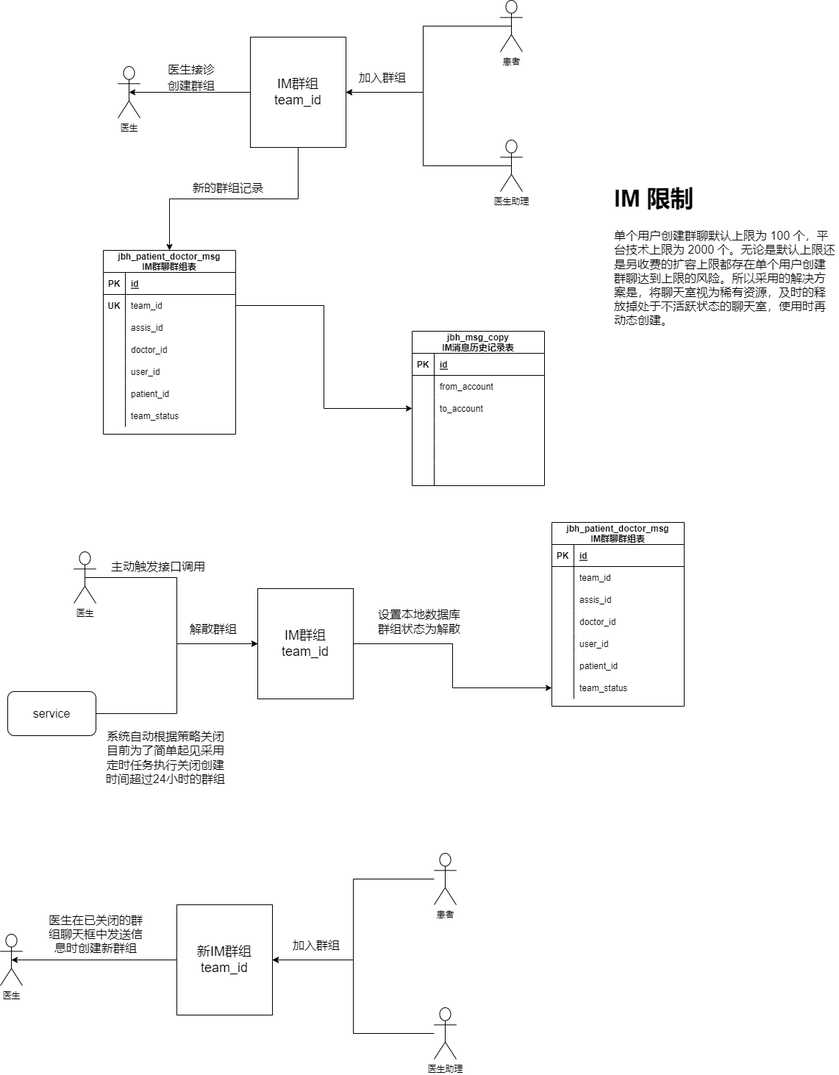
GitHeP/diagrams keeps this draw.io diagram as jbh/群组解散.png. Above is the earlier version. Source tidied: cells renumbered, new cells last; positions are measured from the earlier drawing's top-left corner, leaving out a move shared by most shapes.
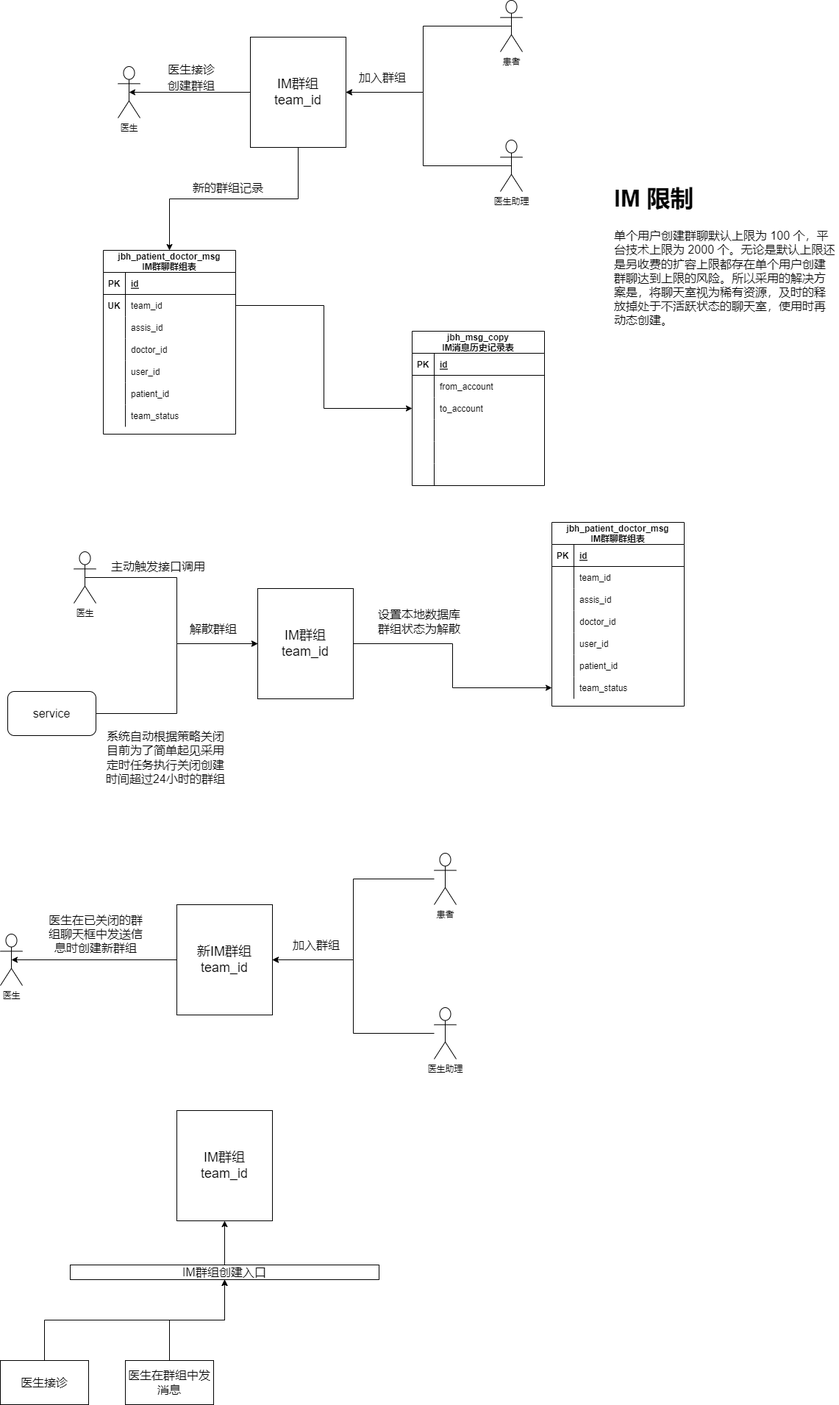
Later version of the same file.

What changed in the source:
```diff
@@ -290,5 +290,29 @@
     <mxCell id="97" value="&lt;font style=&quot;font-size: 16px;&quot;&gt;加入群组&lt;/font&gt;" style="text;html=1;strokeColor=none;fillColor=none;align=center;verticalAlign=middle;whiteSpace=wrap;rounded=0;fontSize=18;" parent="1" vertex="1">
       <mxGeometry x="390" y="1270" width="80" height="30" as="geometry" />
     </mxCell>
+    <mxCell id="98" style="edgeStyle=orthogonalEdgeStyle;rounded=0;jettySize=auto;html=1;fontSize=16;" parent="1" edge="1" source="99" target="101">
+      <mxGeometry relative="1" as="geometry" />
+    </mxCell>
+    <mxCell id="99" value="IM群组创建入口" style="rounded=0;whiteSpace=wrap;html=1;fontSize=16;strokeWidth=1;fillColor=none;" parent="1" vertex="1">
+      <mxGeometry x="95" y="1720" width="420" height="20" as="geometry" />
+    </mxCell>
+    <mxCell id="100" style="edgeStyle=orthogonalEdgeStyle;rounded=0;orthogonalLoop=1;jettySize=auto;html=1;exitX=0.5;exitY=1;exitDx=0;exitDy=0;fontSize=16;" parent="1" edge="1" source="99" target="99">
+      <mxGeometry relative="1" as="geometry" />
+    </mxCell>
+    <mxCell id="101" value="&lt;font style=&quot;font-size: 18px;&quot;&gt;IM群组&lt;br&gt;team_id&lt;br&gt;&lt;/font&gt;" style="rounded=0;whiteSpace=wrap;html=1;strokeWidth=1;fillColor=none;" parent="1" vertex="1">
+      <mxGeometry x="240" y="1510" width="130" height="150" as="geometry" />
+    </mxCell>
+    <mxCell id="102" style="edgeStyle=orthogonalEdgeStyle;rounded=0;jettySize=auto;html=1;entryX=0.5;entryY=1;entryDx=0;entryDy=0;fontSize=16;" parent="1" edge="1" source="103" target="99">
+      <mxGeometry relative="1" as="geometry" />
+    </mxCell>
+    <mxCell id="103" value="医生接诊" style="rounded=0;whiteSpace=wrap;html=1;fontSize=16;strokeWidth=1;fillColor=none;" parent="1" vertex="1">
+      <mxGeometry y="1850" width="120" height="60" as="geometry" />
+    </mxCell>
+    <mxCell id="104" style="edgeStyle=orthogonalEdgeStyle;rounded=0;jettySize=auto;html=1;fontSize=16;" parent="1" edge="1" source="105" target="99">
+      <mxGeometry relative="1" as="geometry" />
+    </mxCell>
+    <mxCell id="105" value="医生在群组中发消息" style="rounded=0;whiteSpace=wrap;html=1;fontSize=16;strokeWidth=1;fillColor=none;" parent="1" vertex="1">
+      <mxGeometry x="170" y="1850" width="120" height="60" as="geometry" />
+    </mxCell>
   </root>
 </mxGraphModel>
```
